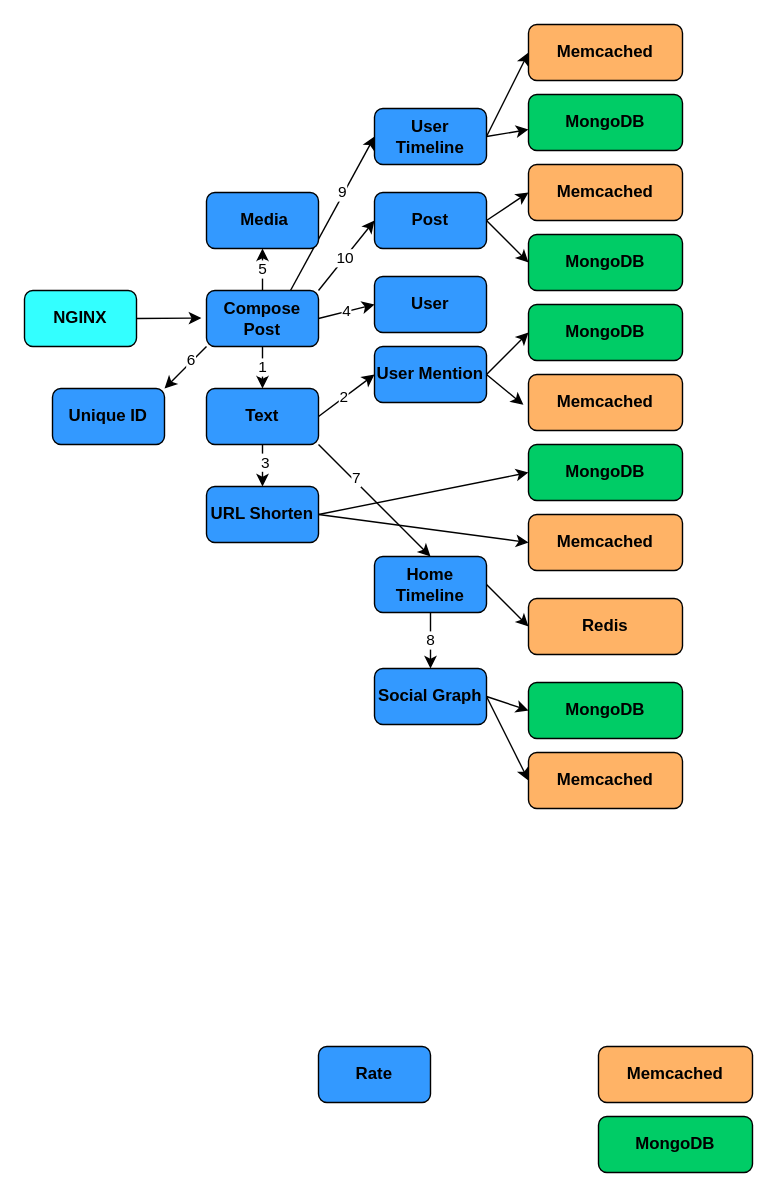
Earlier version of the draw.io diagram figures/social_call_graph.drawio (Romero027/DeathStarBench). Source tidied: cells renumbered, new cells numbered last; positions are measured from the earlier drawing's top-left corner, leaving out a move shared by most shapes. Both pictures are drawn from the tidied source at 140%, with x=0, y=0 at pixel (24, 24).
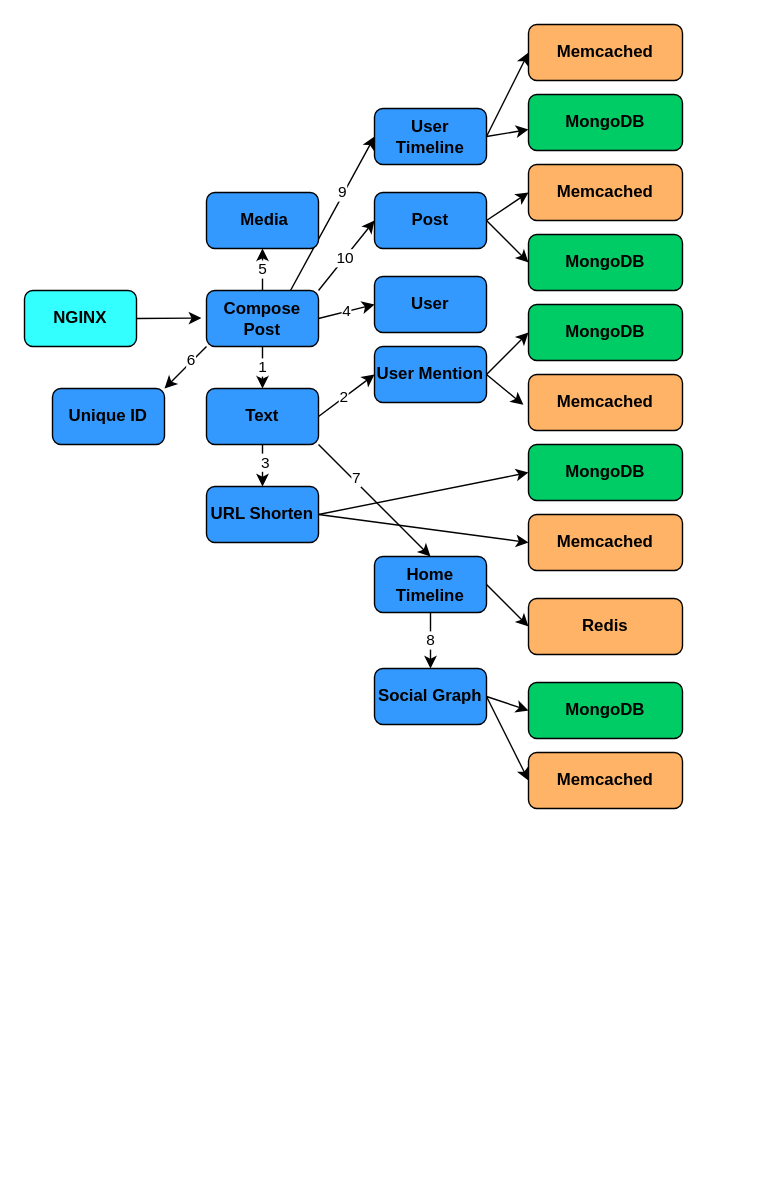
After the change.

Change to the diagram source:
```diff
@@
-    <mxCell id="9" value="&lt;b&gt;Rate&lt;/b&gt;" style="rounded=1;whiteSpace=wrap;html=1;fillColor=#3399FF;" parent="1" vertex="1">
-      <mxGeometry x="210" y="730" width="80" height="40" as="geometry" />
-    </mxCell>
@@
-    <mxCell id="30" value="&lt;b&gt;Memcached&lt;/b&gt;" style="rounded=1;whiteSpace=wrap;html=1;fillColor=#FFB366;" parent="1" vertex="1">
-      <mxGeometry x="410" y="730" width="110" height="40" as="geometry" />
-    </mxCell>
@@
-    <mxCell id="33" value="&lt;b&gt;MongoDB&lt;/b&gt;" style="rounded=1;whiteSpace=wrap;html=1;fillColor=#00CC66;" parent="1" vertex="1">
-      <mxGeometry x="410" y="780" width="110" height="40" as="geometry" />
-    </mxCell>
```
